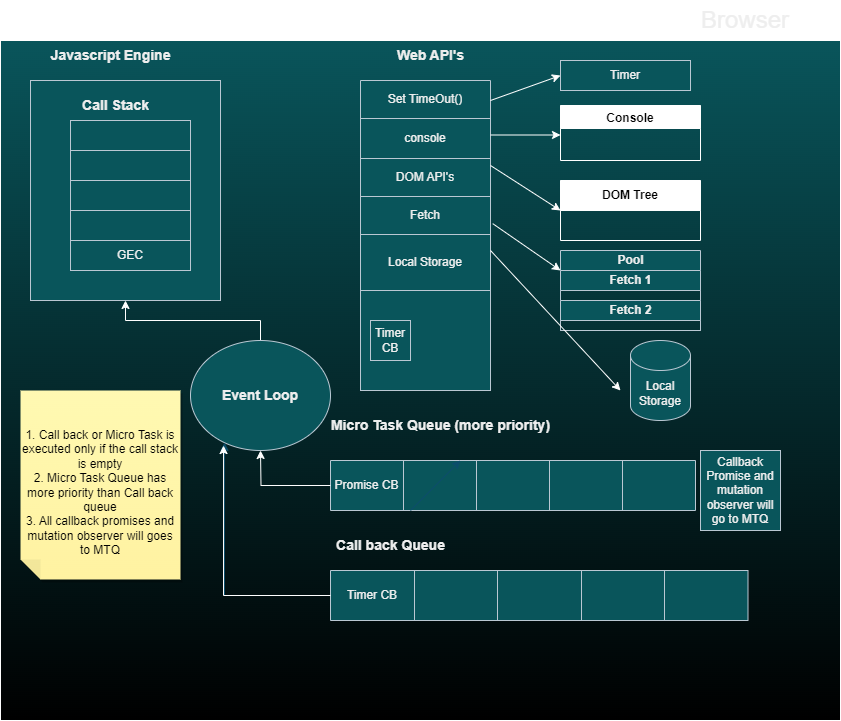
The draw.io diagram Event Loop.drawio.png in SRUJANA-PENUGONDA13/Draw.io, before a commit. Source tidied: cells renumbered, new cells last; positions are measured from the earlier drawing's top-left corner, leaving out a move shared by most shapes.
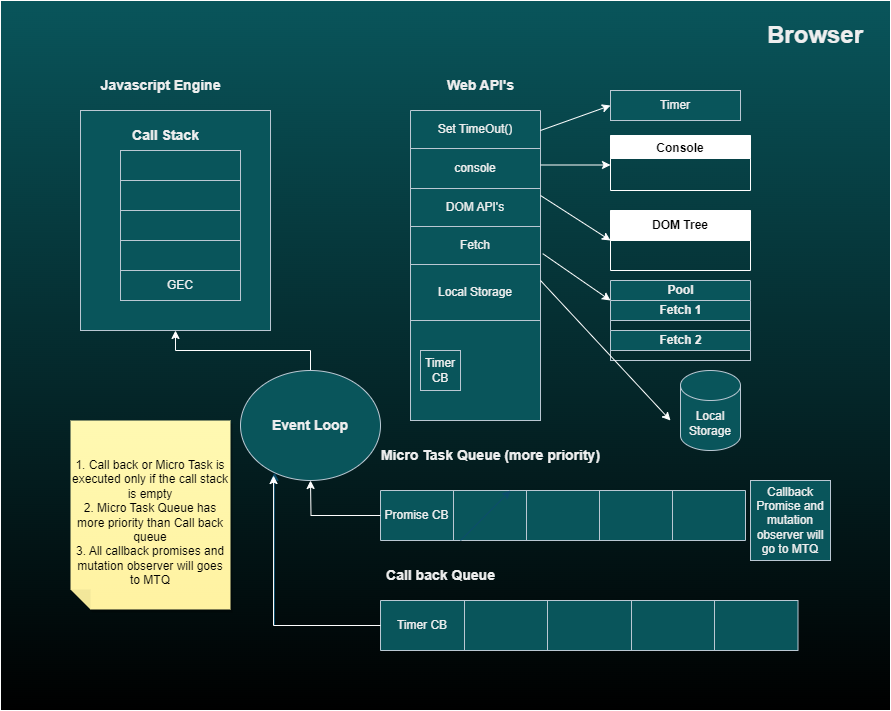
Later version of the same file.

What changed in the source:
```diff
@@ -3,7 +3,7 @@
     <mxCell id="0" />
     <mxCell id="1" parent="0" />
     <mxCell id="2" style="rounded=0;whiteSpace=wrap;html=1;labelBackgroundColor=none;fillColor=#09555B;strokeColor=#ffffff;fontColor=#EEEEEE;fontStyle=1;gradientColor=default;" parent="1" vertex="1">
-      <mxGeometry y="40" width="840" height="680" as="geometry" />
+      <mxGeometry x="-50" y="-30" width="890" height="710" as="geometry" />
     </mxCell>
     <mxCell id="3" style="rounded=0;whiteSpace=wrap;html=1;labelBackgroundColor=none;fillColor=#09555B;strokeColor=#BAC8D3;fontColor=#EEEEEE;" parent="1" vertex="1">
       <mxGeometry x="30" y="80" width="190" height="220" as="geometry" />
@@ -186,8 +186,8 @@
     <mxCell id="57" value="&lt;br&gt;1. Call back or Micro Task is executed only if the call stack is empty&lt;br&gt;2. Micro Task Queue has more priority than Call back queue&lt;br&gt;3. All callback promises and mutation observer will goes to MTQ" style="shape=note;whiteSpace=wrap;html=1;backgroundOutline=1;fontColor=#000000;darkOpacity=0.05;fillColor=#FFF9B2;strokeColor=none;fillStyle=solid;direction=west;gradientDirection=north;gradientColor=#FFF2A1;shadow=1;size=20;" parent="1" vertex="1">
       <mxGeometry x="20" y="390" width="160" height="189" as="geometry" />
     </mxCell>
-    <mxCell id="58" value="&lt;font style=&quot;font-size: 24px;&quot;&gt;Browser&lt;/font&gt;" style="text;strokeColor=none;align=center;fillColor=none;html=1;verticalAlign=middle;whiteSpace=wrap;rounded=0;fontColor=#EEEEEE;" parent="1" vertex="1">
-      <mxGeometry x="670" width="150" height="40" as="geometry" />
+    <mxCell id="58" value="&lt;h1&gt;&lt;font style=&quot;font-size: 24px;&quot;&gt;Browser&lt;/font&gt;&lt;/h1&gt;" style="text;strokeColor=none;align=center;fillColor=none;html=1;verticalAlign=middle;whiteSpace=wrap;rounded=0;fontColor=#EEEEEE;" parent="1" vertex="1">
+      <mxGeometry x="690" y="-10" width="150" height="30" as="geometry" />
     </mxCell>
     <mxCell id="59" style="edgeStyle=orthogonalEdgeStyle;rounded=0;jettySize=auto;html=1;exitX=0;exitY=0.5;exitDx=0;exitDy=0;strokeColor=#ffffff;" parent="1" edge="1" source="37">
       <mxGeometry relative="1" as="geometry">
```
